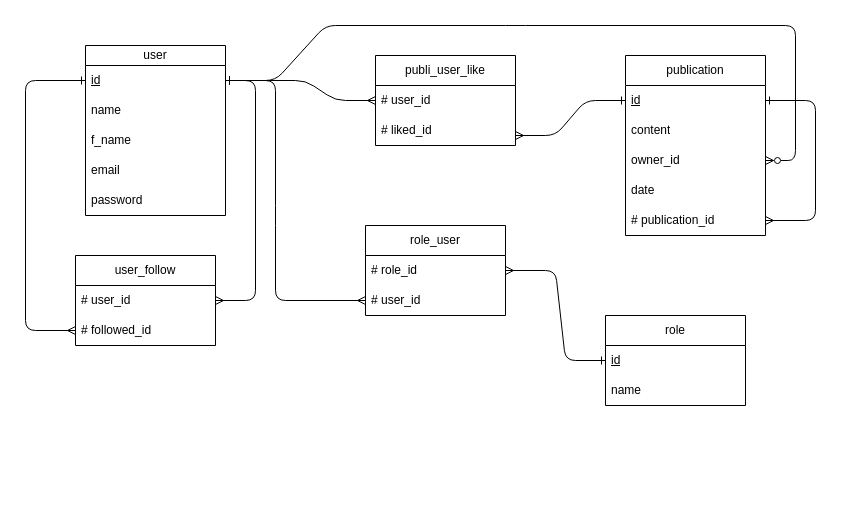
Earlier version of the draw.io diagram MPD.drawio (morganb75/myBrief04). Source tidied: cells renumbered, new cells numbered last; positions are measured from the earlier drawing's top-left corner, leaving out a move shared by most shapes. Both pictures are drawn from the tidied source at 100%, with x=0, y=0 at pixel (25, 25).
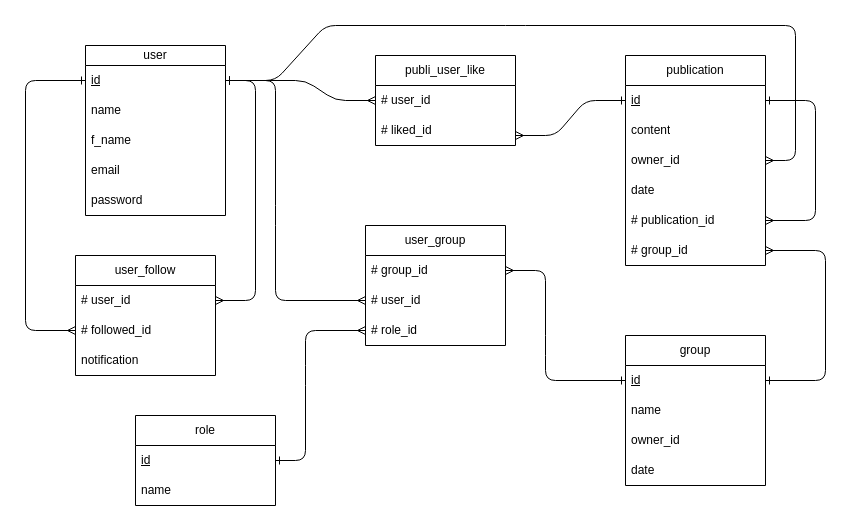
The same page after the edit.

Unchanged cells that the change refers to:
```xml
<mxCell id="5" value="owner_id" style="text;strokeColor=none;fillColor=none;align=left;verticalAlign=middle;spacingLeft=4;spacingRight=4;overflow=hidden;points=[[0,0.5],[1,0.5]];portConstraint=eastwest;whiteSpace=wrap;html=1;" parent="2" vertex="1">
  <mxGeometry y="90" width="140" height="30" as="geometry" />
</mxCell>
<mxCell id="10" value="&lt;u&gt;id&lt;/u&gt;" style="text;strokeColor=none;fillColor=none;align=left;verticalAlign=middle;spacingLeft=4;spacingRight=4;overflow=hidden;points=[[0,0.5],[1,0.5]];portConstraint=eastwest;whiteSpace=wrap;html=1;" parent="9" vertex="1">
  <mxGeometry y="20" width="140" height="30" as="geometry" />
</mxCell>
<mxCell id="16" value="&lt;u&gt;id&lt;/u&gt;" style="text;strokeColor=none;fillColor=none;align=left;verticalAlign=middle;spacingLeft=4;spacingRight=4;overflow=hidden;points=[[0,0.5],[1,0.5]];portConstraint=eastwest;whiteSpace=wrap;html=1;" parent="15" vertex="1">
  <mxGeometry y="30" width="140" height="30" as="geometry" />
</mxCell>
```

Change to the diagram source:
```diff
@@
     <mxCell id="2" value="publication" style="swimlane;fontStyle=0;horizontal=1;startSize=30;whiteSpace=wrap;html=1;" parent="1" vertex="1">
-      <mxGeometry x="600" y="30" width="140" height="180" as="geometry" />
+      <mxGeometry x="600" y="30" width="140" height="210" as="geometry" />
     </mxCell>
@@
+    <mxCell id="34" value="# group_id" style="text;strokeColor=none;fillColor=none;align=left;verticalAlign=middle;spacingLeft=4;spacingRight=4;overflow=hidden;points=[[0,0.5],[1,0.5]];portConstraint=eastwest;whiteSpace=wrap;html=1;" parent="2" vertex="1">
+      <mxGeometry y="180" width="140" height="30" as="geometry" />
+    </mxCell>
@@
     <mxCell id="15" value="role" style="swimlane;fontStyle=0;horizontal=1;startSize=30;whiteSpace=wrap;html=1;" parent="1" vertex="1">
-      <mxGeometry x="580" y="290" width="140" height="90" as="geometry" />
+      <mxGeometry x="110" y="390" width="140" height="90" as="geometry" />
     </mxCell>
@@
-    <mxCell id="18" value="role_user" style="swimlane;fontStyle=0;horizontal=1;startSize=30;whiteSpace=wrap;html=1;" parent="1" vertex="1">
-      <mxGeometry x="340" y="200" width="140" height="90" as="geometry" />
+    <mxCell id="18" value="user_group" style="swimlane;fontStyle=0;horizontal=1;startSize=30;whiteSpace=wrap;html=1;" parent="1" vertex="1">
+      <mxGeometry x="340" y="200" width="140" height="120" as="geometry" />
     </mxCell>
-    <mxCell id="19" value="# role_id" style="text;strokeColor=none;fillColor=none;align=left;verticalAlign=middle;spacingLeft=4;spacingRight=4;overflow=hidden;points=[[0,0.5],[1,0.5]];portConstraint=eastwest;whiteSpace=wrap;html=1;" parent="18" vertex="1">
+    <mxCell id="19" value="# group_id" style="text;strokeColor=none;fillColor=none;align=left;verticalAlign=middle;spacingLeft=4;spacingRight=4;overflow=hidden;points=[[0,0.5],[1,0.5]];portConstraint=eastwest;whiteSpace=wrap;html=1;" parent="18" vertex="1">
       <mxGeometry y="30" width="140" height="30" as="geometry" />
     </mxCell>
@@
+    <mxCell id="35" value="# role_id" style="text;strokeColor=none;fillColor=none;align=left;verticalAlign=middle;spacingLeft=4;spacingRight=4;overflow=hidden;points=[[0,0.5],[1,0.5]];portConstraint=eastwest;whiteSpace=wrap;html=1;" parent="18" vertex="1">
+      <mxGeometry y="90" width="140" height="30" as="geometry" />
+    </mxCell>
@@
     <mxCell id="24" value="user_follow" style="swimlane;fontStyle=0;horizontal=1;startSize=30;whiteSpace=wrap;html=1;" parent="1" vertex="1">
-      <mxGeometry x="50" y="230" width="140" height="90" as="geometry" />
+      <mxGeometry x="50" y="230" width="140" height="120" as="geometry" />
     </mxCell>
@@
+    <mxCell id="36" value="notification" style="text;strokeColor=none;fillColor=none;align=left;verticalAlign=middle;spacingLeft=4;spacingRight=4;overflow=hidden;whiteSpace=wrap;html=1;" parent="24" vertex="1">
+      <mxGeometry y="90" width="140" height="30" as="geometry" />
+    </mxCell>
@@
-    <mxCell id="32" style="edgeStyle=none;html=1;entryX=0;entryY=0.5;entryDx=0;entryDy=0;startArrow=ERmany;startFill=0;endArrow=ERone;endFill=0;exitX=1;exitY=0.5;exitDx=0;exitDy=0;" parent="1" edge="1" source="19" target="16">
+    <mxCell id="32" style="edgeStyle=none;html=1;entryX=1;entryY=0.5;entryDx=0;entryDy=0;startArrow=ERmany;startFill=0;endArrow=ERone;endFill=0;exitX=0;exitY=0.5;exitDx=0;exitDy=0;" parent="1" edge="1" source="35" target="16">
       <mxGeometry relative="1" as="geometry">
         <Array as="points">
-          <mxPoint x="530" y="245" />
-          <mxPoint x="540" y="335" />
+          <mxPoint x="280" y="305" />
+          <mxPoint x="280" y="350" />
+          <mxPoint x="280" y="435" />
         </Array>
       </mxGeometry>
     </mxCell>
-    <mxCell id="33" style="edgeStyle=none;html=1;exitX=1;exitY=0.5;exitDx=0;exitDy=0;startArrow=ERzeroToMany;startFill=0;endArrow=ERone;endFill=0;entryX=1;entryY=0.5;entryDx=0;entryDy=0;" parent="1" edge="1" source="5" target="10">
+    <mxCell id="33" style="edgeStyle=none;html=1;exitX=1;exitY=0.5;exitDx=0;exitDy=0;startArrow=ERmany;startFill=0;endArrow=ERone;endFill=0;entryX=1;entryY=0.5;entryDx=0;entryDy=0;" parent="1" edge="1" source="5" target="10">
       <mxGeometry relative="1" as="geometry">
         <Array as="points">
           <mxPoint x="770" y="135" />
           <mxPoint x="770" />
           <mxPoint x="490" />
           <mxPoint x="300" />
           <mxPoint x="250" y="55" />
         </Array>
       </mxGeometry>
     </mxCell>
+    <mxCell id="37" value="group" style="swimlane;fontStyle=0;horizontal=1;startSize=30;whiteSpace=wrap;html=1;" parent="1" vertex="1">
+      <mxGeometry x="600" y="310" width="140" height="150" as="geometry" />
+    </mxCell>
+    <mxCell id="38" value="&lt;u&gt;id&lt;/u&gt;" style="text;strokeColor=none;fillColor=none;align=left;verticalAlign=middle;spacingLeft=4;spacingRight=4;overflow=hidden;points=[[0,0.5],[1,0.5]];portConstraint=eastwest;whiteSpace=wrap;html=1;" parent="37" vertex="1">
+      <mxGeometry y="30" width="140" height="30" as="geometry" />
+    </mxCell>
+    <mxCell id="39" value="name" style="text;strokeColor=none;fillColor=none;align=left;verticalAlign=middle;spacingLeft=4;spacingRight=4;overflow=hidden;whiteSpace=wrap;html=1;" parent="37" vertex="1">
+      <mxGeometry y="60" width="140" height="30" as="geometry" />
+    </mxCell>
+    <mxCell id="40" value="owner_id" style="text;strokeColor=none;fillColor=none;align=left;verticalAlign=middle;spacingLeft=4;spacingRight=4;overflow=hidden;whiteSpace=wrap;html=1;" parent="37" vertex="1">
+      <mxGeometry y="90" width="140" height="30" as="geometry" />
+    </mxCell>
+    <mxCell id="41" value="date" style="text;strokeColor=none;fillColor=none;align=left;verticalAlign=middle;spacingLeft=4;spacingRight=4;overflow=hidden;whiteSpace=wrap;html=1;" parent="37" vertex="1">
+      <mxGeometry y="120" width="140" height="30" as="geometry" />
+    </mxCell>
+    <mxCell id="42" style="edgeStyle=none;html=1;entryX=0;entryY=0.5;entryDx=0;entryDy=0;startArrow=ERmany;startFill=0;endArrow=ERone;endFill=0;exitX=1;exitY=0.5;exitDx=0;exitDy=0;" parent="1" edge="1" source="19" target="38">
+      <mxGeometry relative="1" as="geometry">
+        <Array as="points">
+          <mxPoint x="520" y="245" />
+          <mxPoint x="520" y="320" />
+          <mxPoint x="520" y="355" />
+        </Array>
+      </mxGeometry>
+    </mxCell>
+    <mxCell id="43" style="edgeStyle=none;html=1;entryX=1;entryY=0.5;entryDx=0;entryDy=0;startArrow=ERmany;startFill=0;endArrow=ERone;endFill=0;exitX=1;exitY=0.5;exitDx=0;exitDy=0;" parent="1" edge="1" source="34" target="38">
+      <mxGeometry relative="1" as="geometry">
+        <Array as="points">
+          <mxPoint x="800" y="225" />
+          <mxPoint x="800" y="355" />
+        </Array>
+      </mxGeometry>
+    </mxCell>
```
